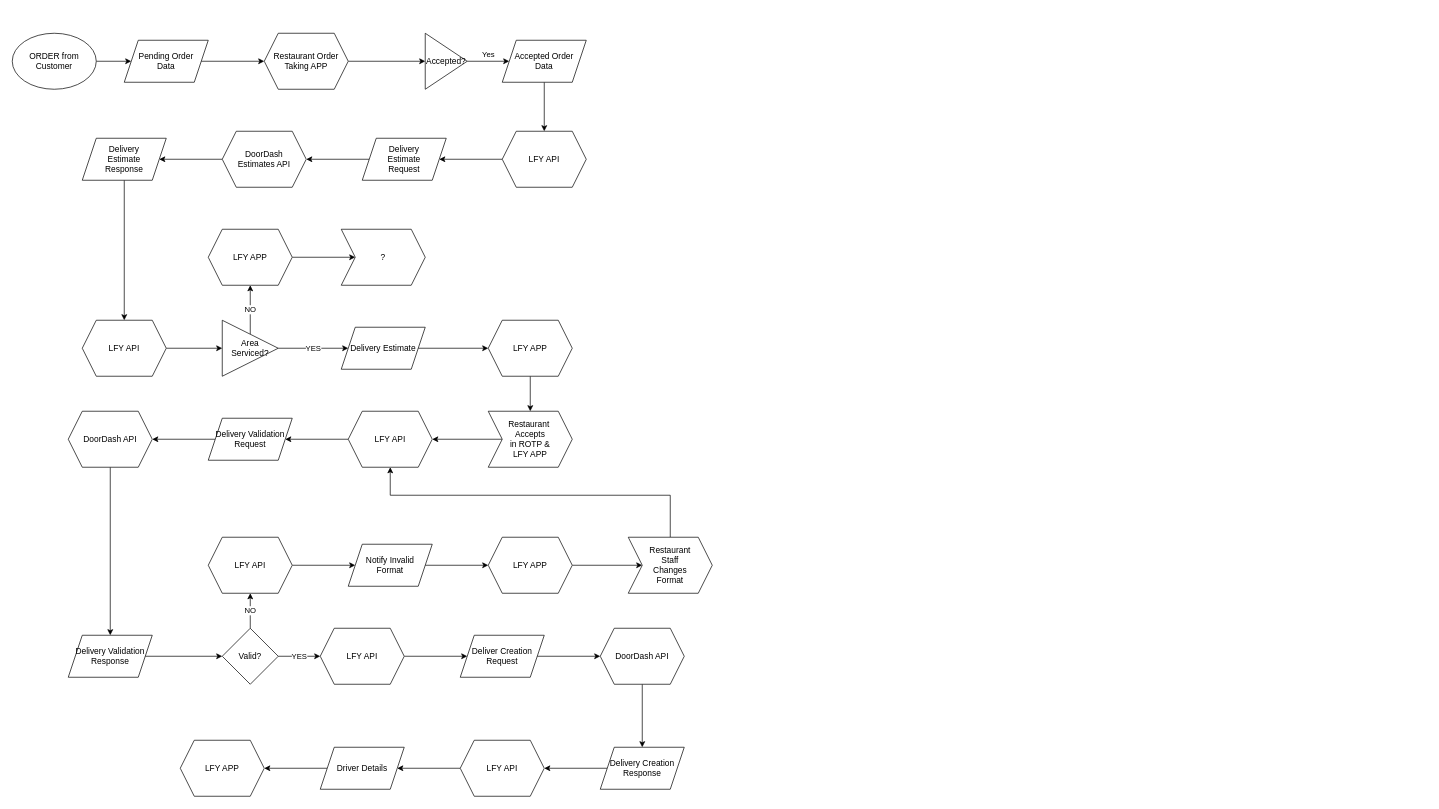
Before: flowchart.drawio in vancedegz/LFY-DoorDash-FlowChart, a draw.io diagram. Source tidied: cells renumbered, new cells numbered last; positions are measured from the earlier drawing's top-left corner, leaving out a move shared by most shapes. Both pictures are drawn from the tidied source at 70%, with x=0, y=0 at pixel (12, 33).
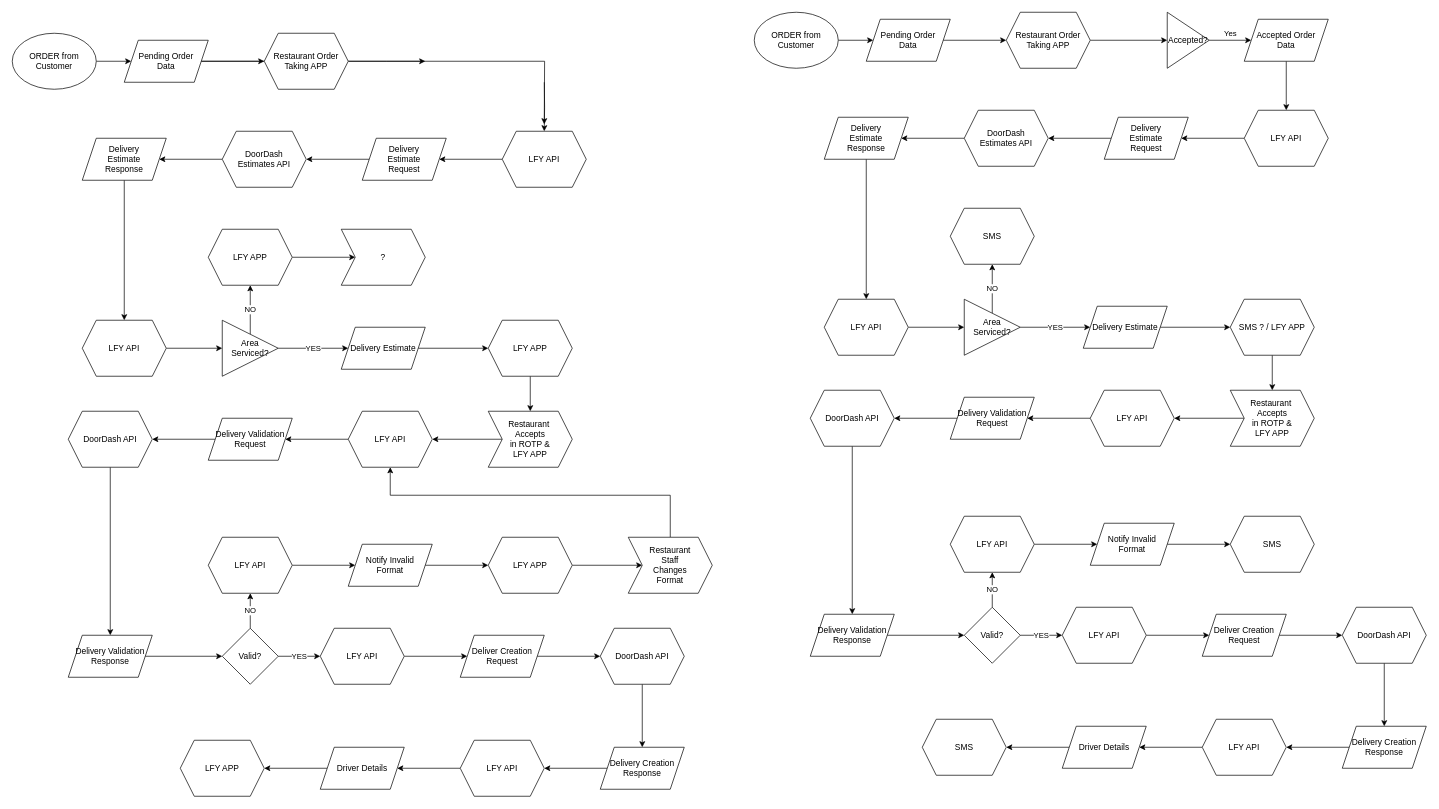
After the change.

The change refers to these unchanged cells:
```xml
<mxCell id="5" value="Pending Order &lt;br&gt;Data" style="shape=parallelogram;perimeter=parallelogramPerimeter;whiteSpace=wrap;html=1;fixedSize=1;" parent="1" vertex="1">
  <mxGeometry x="160" y="10" width="120" height="60" as="geometry" />
</mxCell>
<mxCell id="7" value="Restaurant Order&lt;br&gt;Taking APP" style="shape=hexagon;perimeter=hexagonPerimeter2;whiteSpace=wrap;html=1;fixedSize=1;" parent="1" vertex="1">
  <mxGeometry x="360" width="120" height="80" as="geometry" />
</mxCell>
<mxCell id="13" value="LFY API" style="shape=hexagon;perimeter=hexagonPerimeter2;whiteSpace=wrap;html=1;fixedSize=1;" parent="1" vertex="1">
  <mxGeometry x="700" y="140" width="120" height="80" as="geometry" />
</mxCell>
```

Diff of the diagram source:
```diff
@@
+    <mxCell id="66" style="edgeStyle=orthogonalEdgeStyle;rounded=0;jettySize=auto;html=1;" parent="1" edge="1" source="5">
+      <mxGeometry relative="1" as="geometry">
+        <mxPoint x="760" y="130" as="targetPoint" />
+      </mxGeometry>
+    </mxCell>
@@
-    <mxCell id="6" style="edgeStyle=orthogonalEdgeStyle;rounded=0;jettySize=auto;html=1;" parent="1" edge="1" source="7" target="9">
-      <mxGeometry relative="1" as="geometry" />
+    <mxCell id="6" style="edgeStyle=orthogonalEdgeStyle;rounded=0;jettySize=auto;html=1;" parent="1" edge="1" source="7">
+      <mxGeometry relative="1" as="geometry">
+        <mxPoint x="590" y="40" as="targetPoint" />
+      </mxGeometry>
     </mxCell>
@@
-    <mxCell id="8" value="Yes" style="edgeStyle=orthogonalEdgeStyle;rounded=0;jettySize=auto;html=1;" parent="1" edge="1" source="9" target="11">
-      <mxGeometry y="10" relative="1" as="geometry" />
-    </mxCell>
-    <mxCell id="9" value="Accepted?" style="triangle;whiteSpace=wrap;html=1;" parent="1" vertex="1">
-      <mxGeometry x="590" width="60" height="80" as="geometry" />
-    </mxCell>
-    <mxCell id="10" style="edgeStyle=orthogonalEdgeStyle;rounded=0;jettySize=auto;html=1;" parent="1" edge="1" source="11" target="13">
-      <mxGeometry relative="1" as="geometry" />
+    <mxCell id="10" style="edgeStyle=orthogonalEdgeStyle;rounded=0;jettySize=auto;html=1;" parent="1" edge="1" target="13">
+      <mxGeometry relative="1" as="geometry">
+        <mxPoint x="760" y="70" as="sourcePoint" />
+      </mxGeometry>
     </mxCell>
-    <mxCell id="11" value="Accepted Order&lt;br&gt;Data" style="shape=parallelogram;perimeter=parallelogramPerimeter;whiteSpace=wrap;html=1;fixedSize=1;" parent="1" vertex="1">
-      <mxGeometry x="700" y="10" width="120" height="60" as="geometry" />
-    </mxCell>
@@
+    <mxCell id="67" style="edgeStyle=orthogonalEdgeStyle;rounded=0;jettySize=auto;html=1;" parent="1" edge="1" source="68" target="70">
+      <mxGeometry relative="1" as="geometry" />
+    </mxCell>
+    <mxCell id="68" value="ORDER from Customer" style="ellipse;whiteSpace=wrap;html=1;" parent="1" vertex="1">
+      <mxGeometry x="1060" y="-30" width="120" height="80" as="geometry" />
+    </mxCell>
+    <mxCell id="69" style="edgeStyle=orthogonalEdgeStyle;rounded=0;jettySize=auto;html=1;" parent="1" edge="1" source="70" target="72">
+      <mxGeometry relative="1" as="geometry" />
+    </mxCell>
+    <mxCell id="70" value="Pending Order &lt;br&gt;Data" style="shape=parallelogram;perimeter=parallelogramPerimeter;whiteSpace=wrap;html=1;fixedSize=1;" parent="1" vertex="1">
+      <mxGeometry x="1220" y="-20" width="120" height="60" as="geometry" />
+    </mxCell>
+    <mxCell id="71" style="edgeStyle=orthogonalEdgeStyle;rounded=0;jettySize=auto;html=1;" parent="1" edge="1" source="72" target="9">
+      <mxGeometry relative="1" as="geometry" />
+    </mxCell>
+    <mxCell id="72" value="Restaurant Order&lt;br&gt;Taking APP" style="shape=hexagon;perimeter=hexagonPerimeter2;whiteSpace=wrap;html=1;fixedSize=1;" parent="1" vertex="1">
+      <mxGeometry x="1420" y="-30" width="120" height="80" as="geometry" />
+    </mxCell>
+    <mxCell id="8" value="Yes" style="edgeStyle=orthogonalEdgeStyle;rounded=0;jettySize=auto;html=1;" parent="1" edge="1" source="9" target="11">
+      <mxGeometry y="10" relative="1" as="geometry" />
+    </mxCell>
+    <mxCell id="9" value="Accepted?" style="triangle;whiteSpace=wrap;html=1;" parent="1" vertex="1">
+      <mxGeometry x="1650" y="-30" width="60" height="80" as="geometry" />
+    </mxCell>
+    <mxCell id="73" style="edgeStyle=orthogonalEdgeStyle;rounded=0;jettySize=auto;html=1;" parent="1" edge="1" source="11" target="75">
+      <mxGeometry relative="1" as="geometry" />
+    </mxCell>
+    <mxCell id="11" value="Accepted Order&lt;br&gt;Data" style="shape=parallelogram;perimeter=parallelogramPerimeter;whiteSpace=wrap;html=1;fixedSize=1;" parent="1" vertex="1">
+      <mxGeometry x="1760" y="-20" width="120" height="60" as="geometry" />
+    </mxCell>
+    <mxCell id="74" style="edgeStyle=orthogonalEdgeStyle;rounded=0;jettySize=auto;html=1;" parent="1" edge="1" source="75" target="77">
+      <mxGeometry relative="1" as="geometry" />
+    </mxCell>
+    <mxCell id="75" value="LFY API" style="shape=hexagon;perimeter=hexagonPerimeter2;whiteSpace=wrap;html=1;fixedSize=1;" parent="1" vertex="1">
+      <mxGeometry x="1760" y="110" width="120" height="80" as="geometry" />
+    </mxCell>
+    <mxCell id="76" style="edgeStyle=orthogonalEdgeStyle;rounded=0;jettySize=auto;html=1;" parent="1" edge="1" source="77" target="79">
+      <mxGeometry relative="1" as="geometry" />
+    </mxCell>
+    <mxCell id="77" value="Delivery &lt;br&gt;Estimate&lt;br&gt;Request" style="shape=parallelogram;perimeter=parallelogramPerimeter;whiteSpace=wrap;html=1;fixedSize=1;" parent="1" vertex="1">
+      <mxGeometry x="1560" y="120" width="120" height="60" as="geometry" />
+    </mxCell>
+    <mxCell id="78" style="edgeStyle=orthogonalEdgeStyle;rounded=0;jettySize=auto;html=1;" parent="1" edge="1" source="79" target="81">
+      <mxGeometry relative="1" as="geometry" />
+    </mxCell>
+    <mxCell id="79" value="DoorDash &lt;br&gt;Estimates API" style="shape=hexagon;perimeter=hexagonPerimeter2;whiteSpace=wrap;html=1;fixedSize=1;" parent="1" vertex="1">
+      <mxGeometry x="1360" y="110" width="120" height="80" as="geometry" />
+    </mxCell>
+    <mxCell id="80" style="edgeStyle=orthogonalEdgeStyle;rounded=0;jettySize=auto;html=1;" parent="1" edge="1" source="81" target="83">
+      <mxGeometry relative="1" as="geometry" />
+    </mxCell>
+    <mxCell id="81" value="Delivery&lt;br&gt;Estimate&lt;br&gt;Response" style="shape=parallelogram;perimeter=parallelogramPerimeter;whiteSpace=wrap;html=1;fixedSize=1;" parent="1" vertex="1">
+      <mxGeometry x="1160" y="120" width="120" height="60" as="geometry" />
+    </mxCell>
+    <mxCell id="82" style="edgeStyle=orthogonalEdgeStyle;rounded=0;jettySize=auto;html=1;" parent="1" edge="1" source="83" target="92">
+      <mxGeometry relative="1" as="geometry" />
+    </mxCell>
+    <mxCell id="83" value="LFY API" style="shape=hexagon;perimeter=hexagonPerimeter2;whiteSpace=wrap;html=1;fixedSize=1;" parent="1" vertex="1">
+      <mxGeometry x="1160" y="380" width="120" height="80" as="geometry" />
+    </mxCell>
+    <mxCell id="84" style="edgeStyle=orthogonalEdgeStyle;rounded=0;jettySize=auto;html=1;" parent="1" edge="1" source="85" target="87">
+      <mxGeometry relative="1" as="geometry" />
+    </mxCell>
+    <mxCell id="85" value="Delivery Estimate" style="shape=parallelogram;perimeter=parallelogramPerimeter;whiteSpace=wrap;html=1;fixedSize=1;" parent="1" vertex="1">
+      <mxGeometry x="1530" y="390" width="120" height="60" as="geometry" />
+    </mxCell>
+    <mxCell id="86" style="edgeStyle=orthogonalEdgeStyle;rounded=0;jettySize=auto;html=1;" parent="1" edge="1" source="87" target="89">
+      <mxGeometry relative="1" as="geometry" />
+    </mxCell>
+    <mxCell id="87" value="SMS ? / LFY APP" style="shape=hexagon;perimeter=hexagonPerimeter2;whiteSpace=wrap;html=1;fixedSize=1;" parent="1" vertex="1">
+      <mxGeometry x="1740" y="380" width="120" height="80" as="geometry" />
+    </mxCell>
+    <mxCell id="88" style="edgeStyle=orthogonalEdgeStyle;rounded=0;jettySize=auto;html=1;" parent="1" edge="1" source="89" target="95">
+      <mxGeometry relative="1" as="geometry" />
+    </mxCell>
+    <mxCell id="89" value="Restaurant&amp;nbsp;&lt;br&gt;Accepts&lt;br&gt;in ROTP &amp;amp; &lt;br&gt;LFY APP" style="shape=step;perimeter=stepPerimeter;whiteSpace=wrap;html=1;fixedSize=1;" parent="1" vertex="1">
+      <mxGeometry x="1740" y="510" width="120" height="80" as="geometry" />
+    </mxCell>
+    <mxCell id="90" value="YES" style="edgeStyle=orthogonalEdgeStyle;rounded=0;jettySize=auto;html=1;" parent="1" edge="1" source="92" target="85">
+      <mxGeometry relative="1" as="geometry" />
+    </mxCell>
+    <mxCell id="91" value="NO" style="edgeStyle=orthogonalEdgeStyle;rounded=0;jettySize=auto;html=1;" parent="1" edge="1" source="92" target="93">
+      <mxGeometry relative="1" as="geometry" />
+    </mxCell>
+    <mxCell id="92" value="Area&lt;br&gt;Serviced?" style="triangle;whiteSpace=wrap;html=1;" parent="1" vertex="1">
+      <mxGeometry x="1360" y="380" width="80" height="80" as="geometry" />
+    </mxCell>
+    <mxCell id="93" value="SMS" style="shape=hexagon;perimeter=hexagonPerimeter2;whiteSpace=wrap;html=1;fixedSize=1;" parent="1" vertex="1">
+      <mxGeometry x="1340" y="250" width="120" height="80" as="geometry" />
+    </mxCell>
+    <mxCell id="94" style="edgeStyle=orthogonalEdgeStyle;rounded=0;jettySize=auto;html=1;" parent="1" edge="1" source="95" target="97">
+      <mxGeometry relative="1" as="geometry" />
+    </mxCell>
+    <mxCell id="95" value="LFY API" style="shape=hexagon;perimeter=hexagonPerimeter2;whiteSpace=wrap;html=1;fixedSize=1;" parent="1" vertex="1">
+      <mxGeometry x="1540" y="510" width="120" height="80" as="geometry" />
+    </mxCell>
+    <mxCell id="96" style="edgeStyle=orthogonalEdgeStyle;rounded=0;jettySize=auto;html=1;" parent="1" edge="1" source="97" target="99">
+      <mxGeometry relative="1" as="geometry" />
+    </mxCell>
+    <mxCell id="97" value="Delivery Validation&lt;br&gt;Request" style="shape=parallelogram;perimeter=parallelogramPerimeter;whiteSpace=wrap;html=1;fixedSize=1;" parent="1" vertex="1">
+      <mxGeometry x="1340" y="520" width="120" height="60" as="geometry" />
+    </mxCell>
+    <mxCell id="98" style="edgeStyle=orthogonalEdgeStyle;rounded=0;jettySize=auto;html=1;" parent="1" edge="1" source="99" target="101">
+      <mxGeometry relative="1" as="geometry" />
+    </mxCell>
+    <mxCell id="99" value="DoorDash API" style="shape=hexagon;perimeter=hexagonPerimeter2;whiteSpace=wrap;html=1;fixedSize=1;" parent="1" vertex="1">
+      <mxGeometry x="1140" y="510" width="120" height="80" as="geometry" />
+    </mxCell>
+    <mxCell id="100" style="edgeStyle=orthogonalEdgeStyle;rounded=0;jettySize=auto;html=1;" parent="1" edge="1" source="101" target="104">
+      <mxGeometry relative="1" as="geometry" />
+    </mxCell>
+    <mxCell id="101" value="Delivery Validation&lt;br&gt;Response" style="shape=parallelogram;perimeter=parallelogramPerimeter;whiteSpace=wrap;html=1;fixedSize=1;" parent="1" vertex="1">
+      <mxGeometry x="1140" y="830" width="120" height="60" as="geometry" />
+    </mxCell>
+    <mxCell id="102" value="NO" style="edgeStyle=orthogonalEdgeStyle;rounded=0;jettySize=auto;html=1;" parent="1" edge="1" source="104" target="106">
+      <mxGeometry relative="1" as="geometry" />
+    </mxCell>
+    <mxCell id="103" value="YES" style="edgeStyle=orthogonalEdgeStyle;rounded=0;jettySize=auto;html=1;" parent="1" edge="1" source="104" target="111">
+      <mxGeometry relative="1" as="geometry" />
+    </mxCell>
+    <mxCell id="104" value="Valid?" style="rhombus;whiteSpace=wrap;html=1;" parent="1" vertex="1">
+      <mxGeometry x="1360" y="820" width="80" height="80" as="geometry" />
+    </mxCell>
+    <mxCell id="105" style="edgeStyle=orthogonalEdgeStyle;rounded=0;jettySize=auto;html=1;" parent="1" edge="1" source="106" target="108">
+      <mxGeometry relative="1" as="geometry" />
+    </mxCell>
+    <mxCell id="106" value="LFY API" style="shape=hexagon;perimeter=hexagonPerimeter2;whiteSpace=wrap;html=1;fixedSize=1;" parent="1" vertex="1">
+      <mxGeometry x="1340" y="690" width="120" height="80" as="geometry" />
+    </mxCell>
+    <mxCell id="107" style="edgeStyle=orthogonalEdgeStyle;rounded=0;jettySize=auto;html=1;" parent="1" edge="1" source="108" target="109">
+      <mxGeometry relative="1" as="geometry" />
+    </mxCell>
+    <mxCell id="108" value="Notify Invalid&lt;br&gt;Format" style="shape=parallelogram;perimeter=parallelogramPerimeter;whiteSpace=wrap;html=1;fixedSize=1;" parent="1" vertex="1">
+      <mxGeometry x="1540" y="700" width="120" height="60" as="geometry" />
+    </mxCell>
+    <mxCell id="109" value="SMS" style="shape=hexagon;perimeter=hexagonPerimeter2;whiteSpace=wrap;html=1;fixedSize=1;" parent="1" vertex="1">
+      <mxGeometry x="1740" y="690" width="120" height="80" as="geometry" />
+    </mxCell>
+    <mxCell id="110" style="edgeStyle=orthogonalEdgeStyle;rounded=0;jettySize=auto;html=1;" parent="1" edge="1" source="111" target="113">
+      <mxGeometry relative="1" as="geometry" />
+    </mxCell>
+    <mxCell id="111" value="LFY API" style="shape=hexagon;perimeter=hexagonPerimeter2;whiteSpace=wrap;html=1;fixedSize=1;" parent="1" vertex="1">
+      <mxGeometry x="1500" y="820" width="120" height="80" as="geometry" />
+    </mxCell>
+    <mxCell id="112" style="edgeStyle=orthogonalEdgeStyle;rounded=0;jettySize=auto;html=1;" parent="1" edge="1" source="113" target="115">
+      <mxGeometry relative="1" as="geometry" />
+    </mxCell>
+    <mxCell id="113" value="Deliver Creation&lt;br&gt;Request" style="shape=parallelogram;perimeter=parallelogramPerimeter;whiteSpace=wrap;html=1;fixedSize=1;" parent="1" vertex="1">
+      <mxGeometry x="1700" y="830" width="120" height="60" as="geometry" />
+    </mxCell>
+    <mxCell id="114" style="edgeStyle=orthogonalEdgeStyle;rounded=0;jettySize=auto;html=1;" parent="1" edge="1" source="115" target="117">
+      <mxGeometry relative="1" as="geometry" />
+    </mxCell>
+    <mxCell id="115" value="DoorDash API" style="shape=hexagon;perimeter=hexagonPerimeter2;whiteSpace=wrap;html=1;fixedSize=1;" parent="1" vertex="1">
+      <mxGeometry x="1900" y="820" width="120" height="80" as="geometry" />
+    </mxCell>
+    <mxCell id="116" style="edgeStyle=orthogonalEdgeStyle;rounded=0;jettySize=auto;html=1;" parent="1" edge="1" source="117" target="119">
+      <mxGeometry relative="1" as="geometry" />
+    </mxCell>
+    <mxCell id="117" value="Delivery Creation&lt;br&gt;Response" style="shape=parallelogram;perimeter=parallelogramPerimeter;whiteSpace=wrap;html=1;fixedSize=1;" parent="1" vertex="1">
+      <mxGeometry x="1900" y="990" width="120" height="60" as="geometry" />
+    </mxCell>
+    <mxCell id="118" style="edgeStyle=orthogonalEdgeStyle;rounded=0;jettySize=auto;html=1;" parent="1" edge="1" source="119" target="121">
+      <mxGeometry relative="1" as="geometry" />
+    </mxCell>
+    <mxCell id="119" value="LFY API" style="shape=hexagon;perimeter=hexagonPerimeter2;whiteSpace=wrap;html=1;fixedSize=1;" parent="1" vertex="1">
+      <mxGeometry x="1700" y="980" width="120" height="80" as="geometry" />
+    </mxCell>
+    <mxCell id="120" style="edgeStyle=orthogonalEdgeStyle;rounded=0;jettySize=auto;html=1;" parent="1" edge="1" source="121" target="122">
+      <mxGeometry relative="1" as="geometry" />
+    </mxCell>
+    <mxCell id="121" value="Driver Details" style="shape=parallelogram;perimeter=parallelogramPerimeter;whiteSpace=wrap;html=1;fixedSize=1;" parent="1" vertex="1">
+      <mxGeometry x="1500" y="990" width="120" height="60" as="geometry" />
+    </mxCell>
+    <mxCell id="122" value="SMS" style="shape=hexagon;perimeter=hexagonPerimeter2;whiteSpace=wrap;html=1;fixedSize=1;" parent="1" vertex="1">
+      <mxGeometry x="1300" y="980" width="120" height="80" as="geometry" />
+    </mxCell>
```
